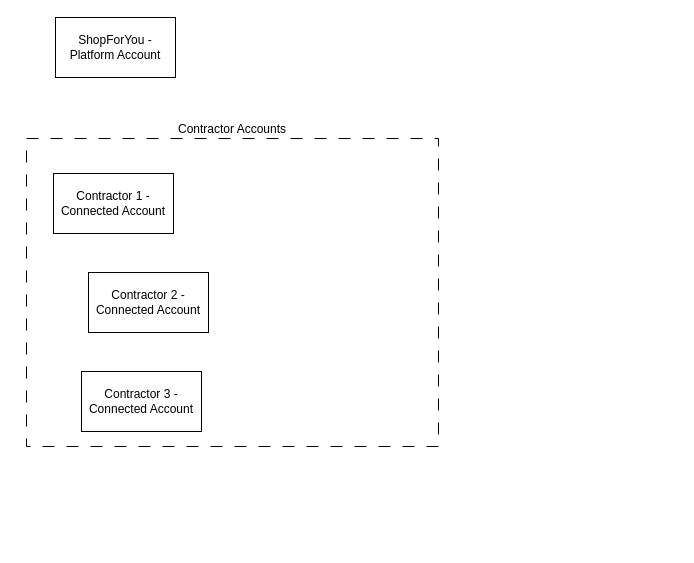
Above: Fund Flow - ShopForYou.drawio in eddie-chiang/draw.io-diagrams (draw.io), before the change. Source tidied: cells renumbered, new cells numbered last; positions are measured from the earlier drawing's top-left corner, leaving out a move shared by most shapes. Both pictures are drawn from the tidied source at 100%, with x=0, y=0 at pixel (26, 17).
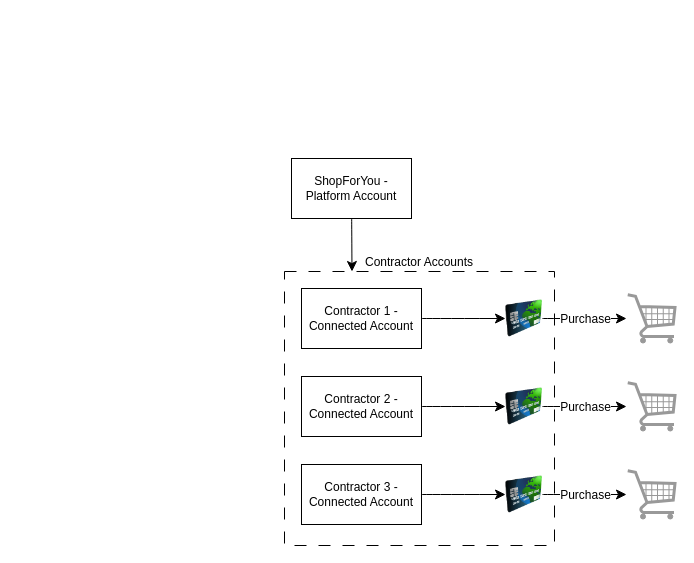
The same page after the edit.

Change to the diagram source:
```diff
@@
     <mxCell id="2" value="Contractor Accounts" style="rounded=0;whiteSpace=wrap;html=1;dashed=1;dashPattern=12 12;labelPosition=center;verticalLabelPosition=top;align=center;verticalAlign=bottom;" parent="1" vertex="1">
-      <mxGeometry y="121" width="412" height="308" as="geometry" />
+      <mxGeometry x="258" y="254" width="270" height="274" as="geometry" />
     </mxCell>
+    <mxCell id="8" style="edgeStyle=none;curved=1;rounded=0;jettySize=auto;html=1;fontSize=12;startSize=8;endSize=8;entryX=0.25;entryY=0;entryDx=0;entryDy=0;" parent="1" edge="1" source="3" target="2">
+      <mxGeometry relative="1" as="geometry" />
+    </mxCell>
     <mxCell id="3" value="ShopForYou - Platform Account" style="rounded=0;whiteSpace=wrap;html=1;" parent="1" vertex="1">
-      <mxGeometry x="29" width="120" height="60" as="geometry" />
+      <mxGeometry x="265" y="141" width="120" height="60" as="geometry" />
     </mxCell>
+    <mxCell id="9" style="edgeStyle=none;curved=1;rounded=0;jettySize=auto;html=1;fontSize=12;startSize=8;endSize=8;" parent="1" edge="1" source="4" target="15">
+      <mxGeometry relative="1" as="geometry" />
+    </mxCell>
     <mxCell id="4" value="Contractor 1 - Connected Account" style="rounded=0;whiteSpace=wrap;html=1;" parent="1" vertex="1">
-      <mxGeometry x="27" y="156" width="120" height="60" as="geometry" />
+      <mxGeometry x="275" y="271" width="120" height="60" as="geometry" />
     </mxCell>
+    <mxCell id="10" style="edgeStyle=none;curved=1;rounded=0;jettySize=auto;html=1;fontSize=12;startSize=8;endSize=8;" parent="1" edge="1" source="5" target="23">
+      <mxGeometry relative="1" as="geometry" />
+    </mxCell>
     <mxCell id="5" value="Contractor 3 - Connected Account" style="rounded=0;whiteSpace=wrap;html=1;" parent="1" vertex="1">
-      <mxGeometry x="55" y="354" width="120" height="60" as="geometry" />
+      <mxGeometry x="275" y="447" width="120" height="60" as="geometry" />
     </mxCell>
+    <mxCell id="11" style="edgeStyle=none;curved=1;rounded=0;jettySize=auto;html=1;fontSize=12;startSize=8;endSize=8;" parent="1" edge="1" source="6" target="18">
+      <mxGeometry relative="1" as="geometry" />
+    </mxCell>
     <mxCell id="6" value="Contractor 2 - Connected Account" style="rounded=0;whiteSpace=wrap;html=1;" parent="1" vertex="1">
-      <mxGeometry x="62" y="255" width="120" height="60" as="geometry" />
+      <mxGeometry x="275" y="359" width="120" height="60" as="geometry" />
     </mxCell>
@@
+    <mxCell id="12" style="verticalLabelPosition=bottom;shadow=0;dashed=0;align=center;html=1;verticalAlign=top;strokeWidth=1;shape=mxgraph.mockup.misc.shoppingCart;strokeColor=#999999;flipH=1;" parent="1" vertex="1">
+      <mxGeometry x="600" y="276" width="50" height="50" as="geometry" />
+    </mxCell>
+    <mxCell id="13" style="edgeStyle=none;curved=1;rounded=0;jettySize=auto;html=1;fontSize=12;startSize=8;endSize=8;" parent="1" edge="1" source="15" target="12">
+      <mxGeometry relative="1" as="geometry" />
+    </mxCell>
+    <mxCell id="14" value="Purchase" style="edgeLabel;html=1;align=center;verticalAlign=middle;fontSize=12;" parent="13" vertex="1">
+      <mxGeometry relative="1" as="geometry" />
+    </mxCell>
+    <mxCell id="15" style="image;html=1;image=img/lib/clip_art/finance/Credit_Card_128x128.png;" parent="1" vertex="1">
+      <mxGeometry x="479" y="281" width="37" height="40" as="geometry" />
+    </mxCell>
+    <mxCell id="16" style="edgeStyle=none;curved=1;rounded=0;jettySize=auto;html=1;fontSize=12;startSize=8;endSize=8;" parent="1" edge="1" source="18" target="19">
+      <mxGeometry relative="1" as="geometry" />
+    </mxCell>
+    <mxCell id="17" value="Purchase" style="edgeLabel;html=1;align=center;verticalAlign=middle;fontSize=12;" parent="16" vertex="1">
+      <mxGeometry relative="1" as="geometry" />
+    </mxCell>
+    <mxCell id="18" style="image;html=1;image=img/lib/clip_art/finance/Credit_Card_128x128.png;" parent="1" vertex="1">
+      <mxGeometry x="479" y="369" width="37" height="40" as="geometry" />
+    </mxCell>
+    <mxCell id="19" style="verticalLabelPosition=bottom;shadow=0;dashed=0;align=center;html=1;verticalAlign=top;strokeWidth=1;shape=mxgraph.mockup.misc.shoppingCart;strokeColor=#999999;flipH=1;" parent="1" vertex="1">
+      <mxGeometry x="600" y="364" width="50" height="50" as="geometry" />
+    </mxCell>
+    <mxCell id="20" style="verticalLabelPosition=bottom;shadow=0;dashed=0;align=center;html=1;verticalAlign=top;strokeWidth=1;shape=mxgraph.mockup.misc.shoppingCart;strokeColor=#999999;flipH=1;" parent="1" vertex="1">
+      <mxGeometry x="600" y="452" width="50" height="50" as="geometry" />
+    </mxCell>
+    <mxCell id="21" style="edgeStyle=none;curved=1;rounded=0;jettySize=auto;html=1;fontSize=12;startSize=8;endSize=8;" parent="1" edge="1" source="23" target="20">
+      <mxGeometry relative="1" as="geometry" />
+    </mxCell>
+    <mxCell id="22" value="Purchase" style="edgeLabel;html=1;align=center;verticalAlign=middle;fontSize=12;" parent="21" vertex="1">
+      <mxGeometry relative="1" as="geometry" />
+    </mxCell>
+    <mxCell id="23" style="image;html=1;image=img/lib/clip_art/finance/Credit_Card_128x128.png;" parent="1" vertex="1">
+      <mxGeometry x="479" y="457" width="37" height="40" as="geometry" />
+    </mxCell>
```
